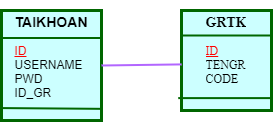
This is erd.drawio.png from sunny-THS/QlyBanDT, a draw.io export, as it was before one commit. Source tidied: cells renumbered, new cells last; positions are measured from the earlier drawing's top-left corner, leaving out a move shared by most shapes.
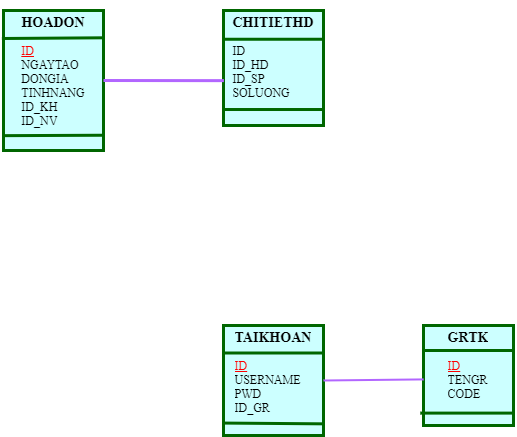
After the change.

Diff of the diagram source:
```diff
@@ -3,25 +3,46 @@
     <mxCell id="0" />
     <mxCell id="1" parent="0" />
     <mxCell id="2" value="&lt;h3&gt;&lt;font color=&quot;#000000&quot; face=&quot;Times New Roman&quot;&gt;GRTK&lt;br&gt;&lt;/font&gt;&lt;/h3&gt;&lt;div style=&quot;text-align: left&quot;&gt;&lt;u&gt;&lt;font color=&quot;#ff0000&quot; face=&quot;Times New Roman&quot;&gt;ID&lt;/font&gt;&lt;/u&gt;&lt;/div&gt;&lt;div style=&quot;text-align: left&quot;&gt;&lt;font color=&quot;#000000&quot; face=&quot;Times New Roman&quot;&gt;TENGR&lt;/font&gt;&lt;/div&gt;&lt;div style=&quot;text-align: left&quot;&gt;&lt;font color=&quot;#000000&quot; face=&quot;Times New Roman&quot;&gt;CODE&lt;/font&gt;&lt;/div&gt;" style="text;html=1;spacing=5;spacingTop=-20;whiteSpace=wrap;overflow=hidden;rounded=0;shadow=0;fillColor=#CCFFFF;strokeColor=#006600;align=center;strokeWidth=3;" parent="1" vertex="1">
-      <mxGeometry x="180" width="90" height="100" as="geometry" />
+      <mxGeometry x="180" y="295" width="90" height="100" as="geometry" />
     </mxCell>
-    <mxCell id="3" style="endArrow=none;html=1;startSize=6;strokeWidth=2;exitX=0;exitY=0.25;exitDx=0;exitDy=0;entryX=1;entryY=0.25;entryDx=0;entryDy=0;strokeColor=#006600;" parent="1" edge="1" source="2" target="2">
+    <mxCell id="3" style="endArrow=none;html=1;startSize=6;strokeWidth=3;exitX=0;exitY=0.25;exitDx=0;exitDy=0;entryX=1;entryY=0.25;entryDx=0;entryDy=0;strokeColor=#006600;" parent="1" edge="1" source="2" target="2">
       <mxGeometry relative="1" as="geometry" />
     </mxCell>
-    <mxCell id="4" style="endArrow=none;html=1;startSize=6;strokeWidth=2;exitX=-0.036;exitY=0.876;exitDx=0;exitDy=0;exitPerimeter=0;entryX=1.013;entryY=0.876;entryDx=0;entryDy=0;entryPerimeter=0;strokeColor=#006600;" parent="1" edge="1" source="2" target="2">
+    <mxCell id="4" style="endArrow=none;html=1;startSize=6;strokeWidth=3;exitX=-0.036;exitY=0.876;exitDx=0;exitDy=0;exitPerimeter=0;entryX=1.013;entryY=0.876;entryDx=0;entryDy=0;entryPerimeter=0;strokeColor=#006600;" parent="1" edge="1" source="2" target="2">
       <mxGeometry relative="1" as="geometry" />
     </mxCell>
-    <mxCell id="5" value="&lt;h3&gt;&lt;font color=&quot;#000000&quot;&gt;TAIKHOAN&lt;br&gt;&lt;/font&gt;&lt;/h3&gt;&lt;div style=&quot;text-align: left&quot;&gt;&lt;u&gt;&lt;font color=&quot;#ff0000&quot;&gt;ID&lt;/font&gt;&lt;/u&gt;&lt;/div&gt;&lt;div style=&quot;text-align: left&quot;&gt;&lt;font color=&quot;#000000&quot;&gt;USERNAME&lt;/font&gt;&lt;/div&gt;&lt;div style=&quot;text-align: left&quot;&gt;&lt;font color=&quot;#000000&quot;&gt;PWD&lt;/font&gt;&lt;/div&gt;&lt;div style=&quot;text-align: left&quot;&gt;&lt;font color=&quot;#000000&quot;&gt;ID_GR&lt;/font&gt;&lt;/div&gt;" style="text;html=1;spacing=5;spacingTop=-20;whiteSpace=wrap;overflow=hidden;rounded=0;shadow=0;align=center;fillColor=#CCFFFF;strokeColor=#006600;strokeWidth=3;" parent="1" vertex="1">
-      <mxGeometry width="100" height="110" as="geometry" />
+    <mxCell id="5" value="&lt;h3&gt;&lt;font color=&quot;#000000&quot; face=&quot;Times New Roman&quot;&gt;TAIKHOAN&lt;br&gt;&lt;/font&gt;&lt;/h3&gt;&lt;div style=&quot;text-align: left&quot;&gt;&lt;u&gt;&lt;font color=&quot;#ff0000&quot; face=&quot;Times New Roman&quot;&gt;ID&lt;/font&gt;&lt;/u&gt;&lt;/div&gt;&lt;div style=&quot;text-align: left&quot;&gt;&lt;font color=&quot;#000000&quot; face=&quot;Times New Roman&quot;&gt;USERNAME&lt;/font&gt;&lt;/div&gt;&lt;div style=&quot;text-align: left&quot;&gt;&lt;font color=&quot;#000000&quot; face=&quot;Times New Roman&quot;&gt;PWD&lt;/font&gt;&lt;/div&gt;&lt;div style=&quot;text-align: left&quot;&gt;&lt;font color=&quot;#000000&quot; face=&quot;Times New Roman&quot;&gt;ID_GR&lt;/font&gt;&lt;/div&gt;" style="text;html=1;spacing=5;spacingTop=-20;whiteSpace=wrap;overflow=hidden;rounded=0;shadow=0;align=center;fillColor=#CCFFFF;strokeColor=#006600;strokeWidth=3;" parent="1" vertex="1">
+      <mxGeometry x="-20" y="295" width="100" height="110" as="geometry" />
     </mxCell>
-    <mxCell id="6" style="endArrow=none;html=1;startSize=6;strokeColor=#006600;strokeWidth=2;exitX=0;exitY=0.25;exitDx=0;exitDy=0;entryX=1;entryY=0.25;entryDx=0;entryDy=0;" parent="1" edge="1" source="5" target="5">
+    <mxCell id="6" style="endArrow=none;html=1;startSize=6;strokeColor=#006600;strokeWidth=3;exitX=0;exitY=0.25;exitDx=0;exitDy=0;entryX=1;entryY=0.25;entryDx=0;entryDy=0;" parent="1" edge="1" source="5" target="5">
       <mxGeometry relative="1" as="geometry" />
     </mxCell>
-    <mxCell id="7" style="endArrow=none;html=1;startSize=6;strokeColor=#006600;strokeWidth=2;exitX=0;exitY=0.887;exitDx=0;exitDy=0;exitPerimeter=0;entryX=1.002;entryY=0.894;entryDx=0;entryDy=0;entryPerimeter=0;" parent="1" edge="1" source="5" target="5">
+    <mxCell id="7" style="endArrow=none;html=1;startSize=6;strokeColor=#006600;strokeWidth=3;exitX=0;exitY=0.887;exitDx=0;exitDy=0;exitPerimeter=0;entryX=1.002;entryY=0.894;entryDx=0;entryDy=0;entryPerimeter=0;" parent="1" edge="1" source="5" target="5">
       <mxGeometry relative="1" as="geometry" />
     </mxCell>
     <mxCell id="8" style="endArrow=none;html=1;startSize=6;strokeWidth=2;exitX=1;exitY=0.5;exitDx=0;exitDy=0;entryX=0.002;entryY=0.539;entryDx=0;entryDy=0;entryPerimeter=0;strokeColor=#B266FF;" parent="1" edge="1" source="5" target="2">
       <mxGeometry relative="1" as="geometry" />
     </mxCell>
+    <mxCell id="9" value="&lt;h3&gt;&lt;font face=&quot;Times New Roman&quot; color=&quot;#000000&quot;&gt;HOADON&lt;br&gt;&lt;/font&gt;&lt;/h3&gt;&lt;div style=&quot;text-align: left&quot;&gt;&lt;font face=&quot;Times New Roman&quot; color=&quot;#ff0000&quot;&gt;&lt;u&gt;ID&lt;/u&gt;&lt;/font&gt;&lt;/div&gt;&lt;div style=&quot;text-align: left&quot;&gt;&lt;font face=&quot;Times New Roman&quot; color=&quot;#000000&quot;&gt;NGAYTAO&lt;/font&gt;&lt;/div&gt;&lt;div style=&quot;text-align: left&quot;&gt;&lt;font face=&quot;Times New Roman&quot; color=&quot;#000000&quot;&gt;DONGIA&amp;nbsp;&lt;/font&gt;&lt;/div&gt;&lt;div style=&quot;text-align: left&quot;&gt;&lt;font face=&quot;Times New Roman&quot; color=&quot;#000000&quot;&gt;TINHNANG&lt;/font&gt;&lt;/div&gt;&lt;div style=&quot;text-align: left&quot;&gt;&lt;font face=&quot;Times New Roman&quot; color=&quot;#000000&quot;&gt;ID_KH&lt;/font&gt;&lt;/div&gt;&lt;div style=&quot;text-align: left&quot;&gt;&lt;font face=&quot;Times New Roman&quot; color=&quot;#000000&quot;&gt;ID_NV&lt;/font&gt;&lt;/div&gt;" style="text;html=1;spacing=5;spacingTop=-20;whiteSpace=wrap;overflow=hidden;rounded=0;shadow=0;align=center;fillColor=#CCFFFF;strokeColor=#006600;strokeWidth=3;" parent="1" vertex="1">
+      <mxGeometry x="-240" y="-20" width="100" height="140" as="geometry" />
+    </mxCell>
+    <mxCell id="10" style="endArrow=none;html=1;startSize=6;strokeWidth=3;exitX=0.002;exitY=0.894;exitDx=0;exitDy=0;exitPerimeter=0;entryX=1.006;entryY=0.891;entryDx=0;entryDy=0;entryPerimeter=0;strokeColor=#006600;" parent="1" edge="1" source="9" target="9">
+      <mxGeometry relative="1" as="geometry" />
+    </mxCell>
+    <mxCell id="11" style="endArrow=none;html=1;startSize=6;strokeWidth=3;exitX=-0.016;exitY=0.2;exitDx=0;exitDy=0;exitPerimeter=0;entryX=0.992;entryY=0.195;entryDx=0;entryDy=0;entryPerimeter=0;strokeColor=#006600;" parent="1" edge="1" source="9" target="9">
+      <mxGeometry relative="1" as="geometry" />
+    </mxCell>
+    <mxCell id="12" value="&lt;h3&gt;&lt;font color=&quot;#000000&quot; face=&quot;Times New Roman&quot;&gt;CHITIETHD&lt;br&gt;&lt;/font&gt;&lt;/h3&gt;&lt;div style=&quot;text-align: left&quot;&gt;&lt;font color=&quot;#000000&quot; face=&quot;Times New Roman&quot;&gt;ID&lt;/font&gt;&lt;/div&gt;&lt;div style=&quot;text-align: left&quot;&gt;&lt;font color=&quot;#000000&quot; face=&quot;Times New Roman&quot;&gt;ID_HD&lt;/font&gt;&lt;/div&gt;&lt;div style=&quot;text-align: left&quot;&gt;&lt;font color=&quot;#000000&quot; face=&quot;Times New Roman&quot;&gt;ID_SP&lt;/font&gt;&lt;/div&gt;&lt;div style=&quot;text-align: left&quot;&gt;&lt;font color=&quot;#000000&quot; face=&quot;Times New Roman&quot;&gt;SOLUONG&lt;/font&gt;&lt;/div&gt;" style="text;html=1;spacing=5;spacingTop=-20;whiteSpace=wrap;overflow=hidden;rounded=0;shadow=0;align=center;fillColor=#CCFFFF;strokeColor=#006600;strokeWidth=3;" parent="1" vertex="1">
+      <mxGeometry x="-20" y="-20" width="100" height="115" as="geometry" />
+    </mxCell>
+    <mxCell id="13" style="endArrow=none;html=1;startSize=6;strokeColor=#006600;strokeWidth=3;exitX=0;exitY=0.25;exitDx=0;exitDy=0;entryX=1;entryY=0.25;entryDx=0;entryDy=0;" parent="1" edge="1" source="12" target="12">
+      <mxGeometry relative="1" as="geometry" />
+    </mxCell>
+    <mxCell id="14" style="endArrow=none;html=1;startSize=6;strokeColor=#006600;strokeWidth=3;exitX=-0.004;exitY=0.861;exitDx=0;exitDy=0;exitPerimeter=0;entryX=1.012;entryY=0.861;entryDx=0;entryDy=0;entryPerimeter=0;" parent="1" edge="1" source="12" target="12">
+      <mxGeometry relative="1" as="geometry" />
+    </mxCell>
+    <mxCell id="15" style="endArrow=none;html=1;startSize=6;strokeWidth=3;exitX=1;exitY=0.5;exitDx=0;exitDy=0;entryX=0.004;entryY=0.61;entryDx=0;entryDy=0;entryPerimeter=0;strokeColor=#B266FF;" parent="1" edge="1" source="9" target="12">
+      <mxGeometry relative="1" as="geometry" />
+    </mxCell>
   </root>
 </mxGraphModel>
```
